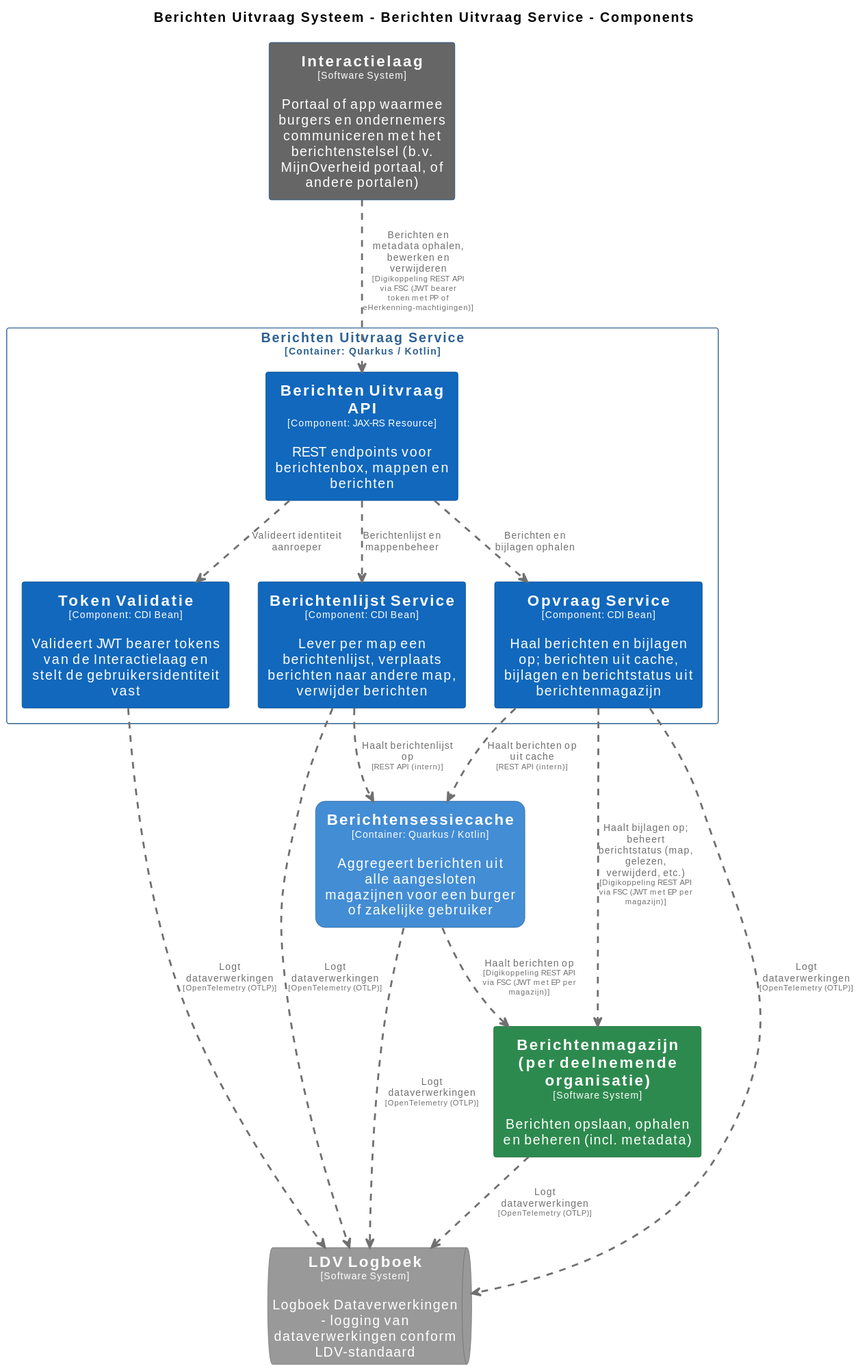
Above: pr-preview/pr-22/master/svg/BerichtenUitvraagServiceComponenten.svg in MinBZK/moza-poc-fbs-berichtenbox (PlantUML), before the change. Its source is kept beside it as pr-preview/pr-22/master/puml/BerichtenUitvraagServiceComponenten.puml.
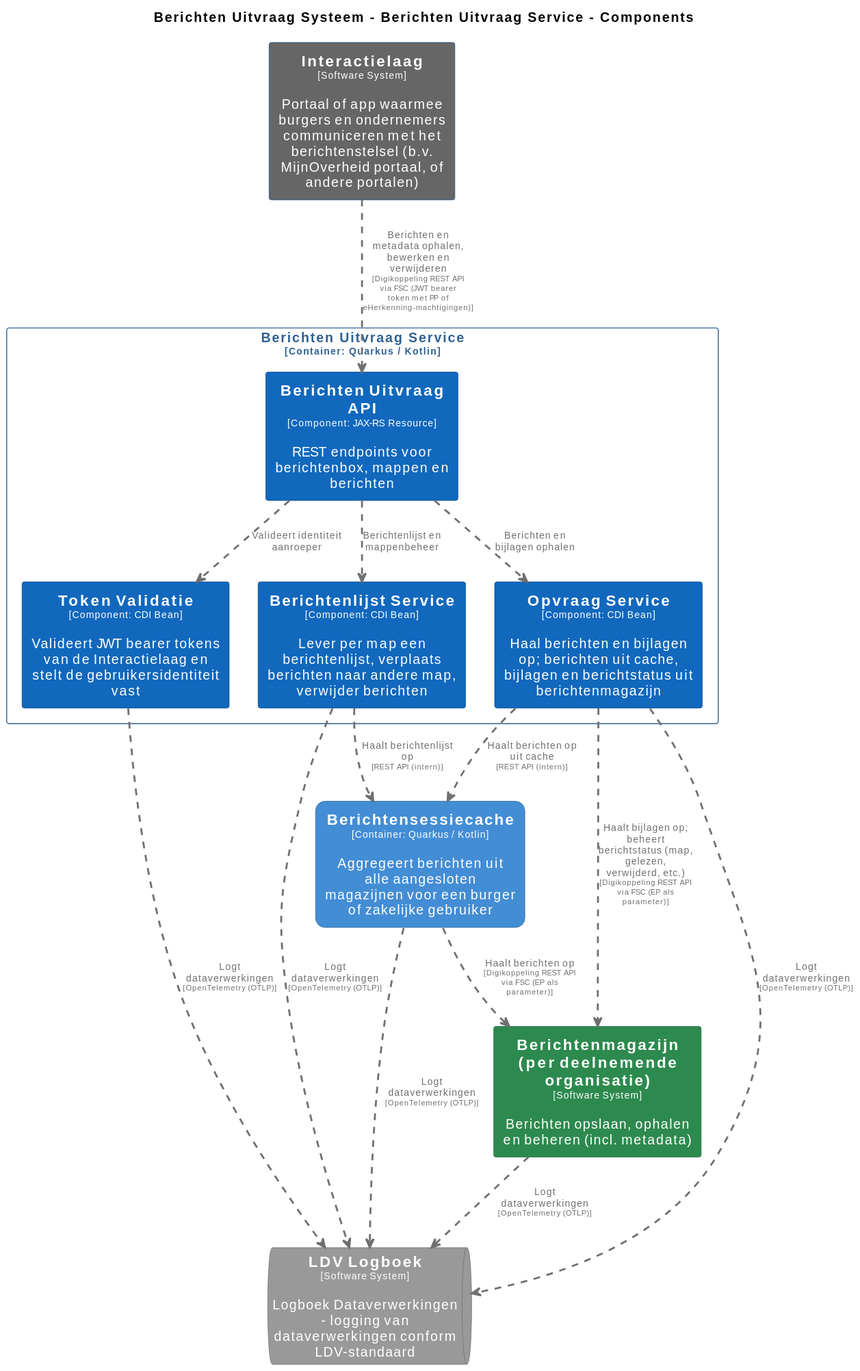
After the change.

The edit, as a diff of the source:
```diff
@@ -82,7 +82,7 @@
   rectangle "==Opvraag Service\n<size:10>[Component: CDI Bean]</size>\n\nHaal berichten en bijlagen op; berichten uit cache, bijlagen en berichtstatus uit berichtenmagazijn" <<BerichtenUitvraagSysteem.BerichtenUitvraagService.OpvraagService>> as BerichtenUitvraagSysteem.BerichtenUitvraagService.OpvraagService
 }
 
-BerichtenUitvraagSysteem.Berichtensessiecache .[#707070,thickness=2].> Berichtenmagazijnperdeelnemendeorganisatie : "<color:#707070>Haalt berichten op\n<color:#707070><size:8>[Digikoppeling REST API via FSC (JWT met EP per magazijn)]</size>"
+BerichtenUitvraagSysteem.Berichtensessiecache .[#707070,thickness=2].> Berichtenmagazijnperdeelnemendeorganisatie : "<color:#707070>Haalt berichten op\n<color:#707070><size:8>[Digikoppeling REST API via FSC (EP als parameter)]</size>"
 Berichtenmagazijnperdeelnemendeorganisatie .[#707070,thickness=2].> LDVLogboek : "<color:#707070>Logt dataverwerkingen\n<color:#707070><size:8>[OpenTelemetry (OTLP)]</size>"
 BerichtenUitvraagSysteem.Berichtensessiecache .[#707070,thickness=2].> LDVLogboek : "<color:#707070>Logt dataverwerkingen\n<color:#707070><size:8>[OpenTelemetry (OTLP)]</size>"
 BerichtenUitvraagSysteem.BerichtenUitvraagService.TokenValidatie .[#707070,thickness=2].> LDVLogboek : "<color:#707070>Logt dataverwerkingen\n<color:#707070><size:8>[OpenTelemetry (OTLP)]</size>"
@@ -94,5 +94,5 @@
 BerichtenUitvraagSysteem.BerichtenUitvraagService.OpvraagService .[#707070,thickness=2].> BerichtenUitvraagSysteem.Berichtensessiecache : "<color:#707070>Haalt berichten op uit cache\n<color:#707070><size:8>[REST API (intern)]</size>"
 BerichtenUitvraagSysteem.BerichtenUitvraagService.BerichtenlijstService .[#707070,thickness=2].> BerichtenUitvraagSysteem.Berichtensessiecache : "<color:#707070>Haalt berichtenlijst op\n<color:#707070><size:8>[REST API (intern)]</size>"
 Interactielaag .[#707070,thickness=2].> BerichtenUitvraagSysteem.BerichtenUitvraagService.BerichtenUitvraagAPI : "<color:#707070>Berichten en metadata ophalen, bewerken en verwijderen\n<color:#707070><size:8>[Digikoppeling REST API via FSC (JWT bearer token met PP of eHerkenning-machtigingen)]</size>"
-BerichtenUitvraagSysteem.BerichtenUitvraagService.OpvraagService .[#707070,thickness=2].> Berichtenmagazijnperdeelnemendeorganisatie : "<color:#707070>Haalt bijlagen op; beheert berichtstatus (map, gelezen, verwijderd, etc.)\n<color:#707070><size:8>[Digikoppeling REST API via FSC (JWT met EP per magazijn)]</size>"
+BerichtenUitvraagSysteem.BerichtenUitvraagService.OpvraagService .[#707070,thickness=2].> Berichtenmagazijnperdeelnemendeorganisatie : "<color:#707070>Haalt bijlagen op; beheert berichtstatus (map, gelezen, verwijderd, etc.)\n<color:#707070><size:8>[Digikoppeling REST API via FSC (EP als parameter)]</size>"
 @enduml
```
